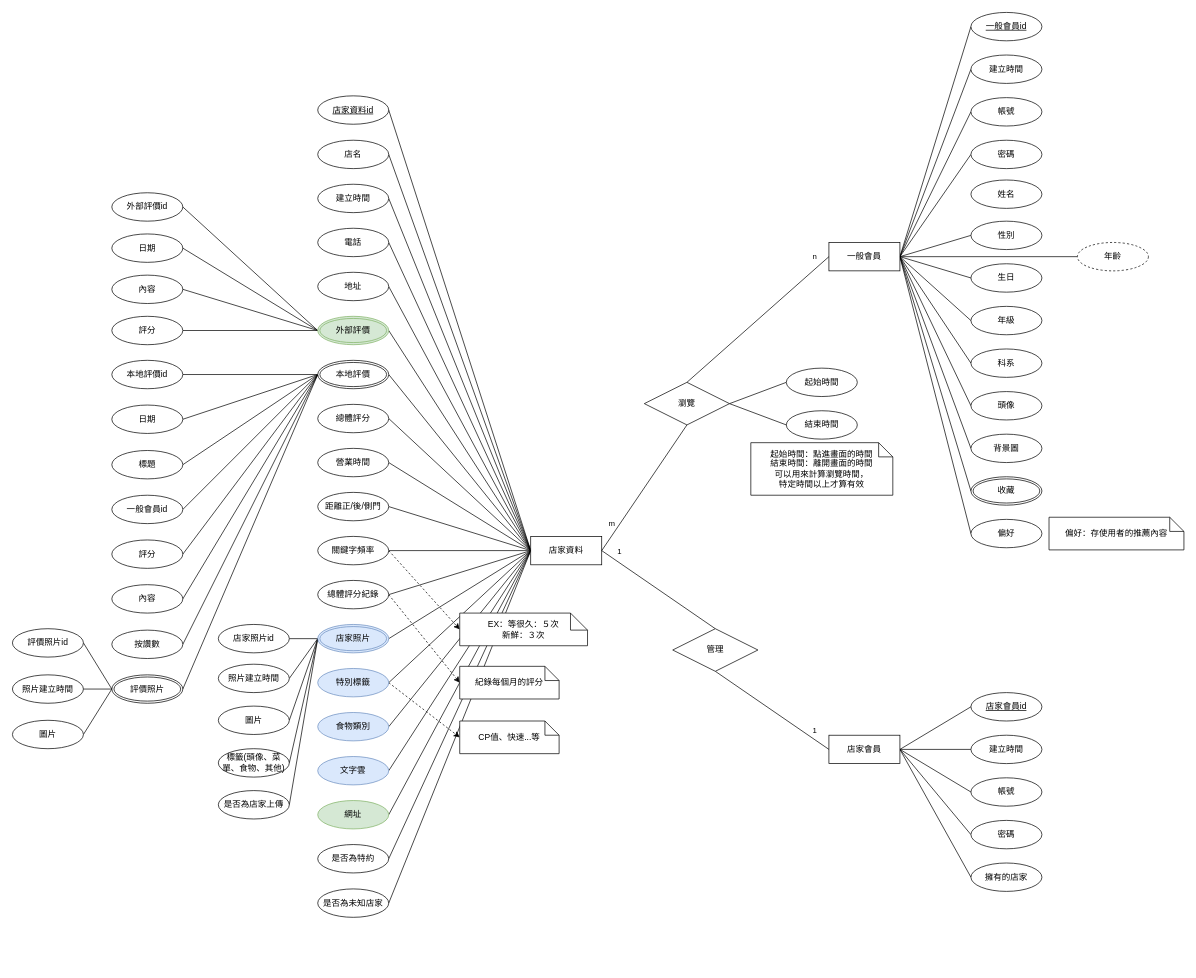
This is 檔案繳交/資料庫/10846043/設計/10846043_ERM.drawio from project-hungry-don-t-care-food/111402, a draw.io file, before an edit. Source tidied: cells renumbered, new cells numbered last; positions are measured from the earlier drawing's top-left corner, leaving out a move shared by most shapes. Both pictures are drawn from the tidied source at 71%, with x=0, y=0 at pixel (12, 12).
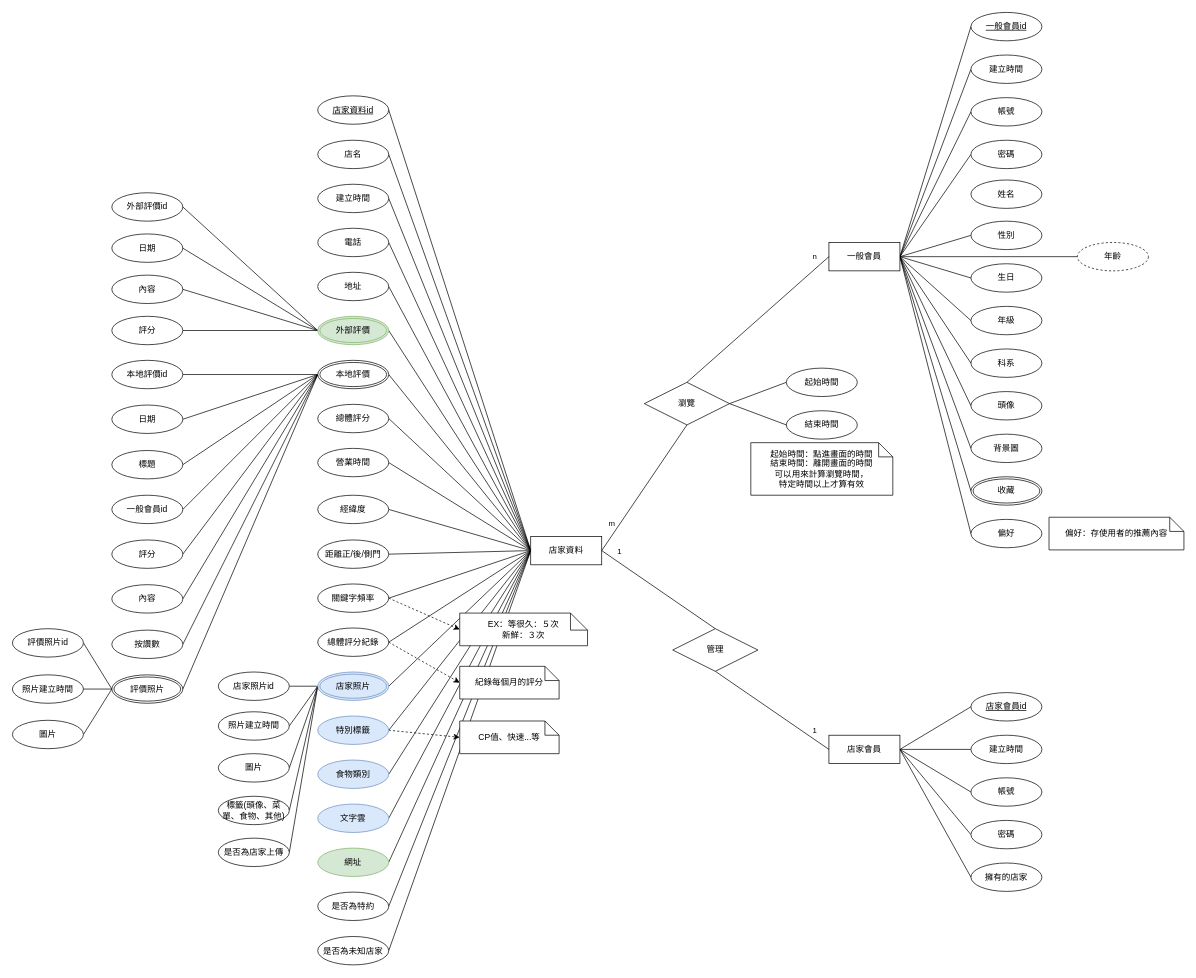
The same diagram, later.

Unchanged cells that the change refers to:
```xml
<mxCell id="19" value="店家資料" style="whiteSpace=wrap;html=1;align=center;" parent="1" vertex="1">
  <mxGeometry x="730" y="738" width="100" height="40" as="geometry" />
</mxCell>
```

The edit, as a diff of the source:
```diff
@@
+    <mxCell id="138" style="rounded=0;jettySize=auto;html=1;exitX=0;exitY=0.5;exitDx=0;exitDy=0;entryX=1;entryY=0.5;entryDx=0;entryDy=0;endArrow=none;endFill=0;" parent="1" edge="1" source="19" target="139">
+      <mxGeometry relative="1" as="geometry" />
+    </mxCell>
@@
     <mxCell id="25" value="是否為特約" style="ellipse;whiteSpace=wrap;html=1;align=center;" parent="1" vertex="1">
-      <mxGeometry x="430" y="1172" width="100" height="40" as="geometry" />
+      <mxGeometry x="430" y="1239" width="100" height="40" as="geometry" />
     </mxCell>
     <mxCell id="26" value="網址" style="ellipse;whiteSpace=wrap;html=1;align=center;fillColor=#d5e8d4;strokeColor=#82b366;" parent="1" vertex="1">
-      <mxGeometry x="430" y="1110" width="100" height="40" as="geometry" />
+      <mxGeometry x="430" y="1177" width="100" height="40" as="geometry" />
     </mxCell>
     <mxCell id="27" value="文字雲" style="ellipse;whiteSpace=wrap;html=1;align=center;fillColor=#dae8fc;strokeColor=#6c8ebf;" parent="1" vertex="1">
-      <mxGeometry x="430" y="1048" width="100" height="40" as="geometry" />
+      <mxGeometry x="430" y="1115" width="100" height="40" as="geometry" />
     </mxCell>
     <mxCell id="28" value="食物類別" style="ellipse;whiteSpace=wrap;html=1;align=center;fillColor=#dae8fc;strokeColor=#6c8ebf;" parent="1" vertex="1">
-      <mxGeometry x="430" y="986" width="100" height="40" as="geometry" />
+      <mxGeometry x="430" y="1053" width="100" height="40" as="geometry" />
     </mxCell>
@@
     <mxCell id="34" value="店家照片" style="ellipse;shape=doubleEllipse;margin=3;whiteSpace=wrap;html=1;align=center;fontFamily=Helvetica;fontSize=12;fillColor=#dae8fc;strokeColor=#6c8ebf;" parent="1" vertex="1">
-      <mxGeometry x="430" y="862" width="100" height="40" as="geometry" />
+      <mxGeometry x="430" y="929" width="100" height="40" as="geometry" />
     </mxCell>
@@
     <mxCell id="80" value="圖片" style="ellipse;whiteSpace=wrap;html=1;align=center;" parent="1" vertex="1">
-      <mxGeometry x="290" y="977" width="100" height="40" as="geometry" />
+      <mxGeometry x="290" y="1044" width="100" height="40" as="geometry" />
     </mxCell>
     <mxCell id="81" value="標籤(頭像、菜單、食物、其他)" style="ellipse;whiteSpace=wrap;html=1;align=center;" parent="1" vertex="1">
-      <mxGeometry x="290" y="1037" width="100" height="40" as="geometry" />
+      <mxGeometry x="290" y="1104" width="100" height="40" as="geometry" />
     </mxCell>
@@
     <mxCell id="83" value="特別標籤" style="ellipse;whiteSpace=wrap;html=1;align=center;fontFamily=Helvetica;fontSize=12;fontColor=default;strokeColor=#6c8ebf;fillColor=#dae8fc;" parent="1" vertex="1">
-      <mxGeometry x="430" y="924" width="100" height="40" as="geometry" />
+      <mxGeometry x="430" y="991" width="100" height="40" as="geometry" />
     </mxCell>
@@
     <mxCell id="87" value="照片建立時間" style="ellipse;whiteSpace=wrap;html=1;align=center;" parent="1" vertex="1">
-      <mxGeometry x="290" y="918" width="100" height="40" as="geometry" />
+      <mxGeometry x="290" y="985" width="100" height="40" as="geometry" />
     </mxCell>
@@
     <mxCell id="106" value="&lt;span style=&quot;text-align: left;&quot;&gt;距離正/後/側門&lt;/span&gt;" style="ellipse;whiteSpace=wrap;html=1;align=center;" parent="1" vertex="1">
-      <mxGeometry x="430" y="676" width="100" height="40" as="geometry" />
+      <mxGeometry x="430" y="743" width="100" height="40" as="geometry" />
     </mxCell>
@@
     <mxCell id="119" value="是否為未知店家" style="ellipse;whiteSpace=wrap;html=1;align=center;" parent="1" vertex="1">
-      <mxGeometry x="430" y="1234.5" width="100" height="40" as="geometry" />
+      <mxGeometry x="430" y="1301.5" width="100" height="40" as="geometry" />
     </mxCell>
     <mxCell id="120" value="是否為店家上傳" style="ellipse;whiteSpace=wrap;html=1;align=center;" parent="1" vertex="1">
-      <mxGeometry x="290" y="1096" width="100" height="40" as="geometry" />
+      <mxGeometry x="290" y="1163" width="100" height="40" as="geometry" />
     </mxCell>
@@
     <mxCell id="126" value="關鍵字頻率" style="ellipse;whiteSpace=wrap;html=1;align=center;fontFamily=Helvetica;fontSize=12;fontColor=default;strokeColor=default;fillColor=default;" parent="1" vertex="1">
-      <mxGeometry x="430" y="738" width="100" height="40" as="geometry" />
+      <mxGeometry x="430" y="805" width="100" height="40" as="geometry" />
     </mxCell>
@@
     <mxCell id="129" value="總體評分紀錄" style="ellipse;whiteSpace=wrap;html=1;align=center;fontFamily=Helvetica;fontSize=12;fontColor=default;strokeColor=default;fillColor=default;" parent="1" vertex="1">
-      <mxGeometry x="430" y="800" width="100" height="40" as="geometry" />
+      <mxGeometry x="430" y="867" width="100" height="40" as="geometry" />
     </mxCell>
@@
     <mxCell id="136" value="店家照片id" style="ellipse;whiteSpace=wrap;html=1;align=center;" parent="1" vertex="1">
-      <mxGeometry x="290" y="862" width="100" height="40" as="geometry" />
+      <mxGeometry x="290" y="929" width="100" height="40" as="geometry" />
     </mxCell>
@@
+    <mxCell id="139" value="經緯度" style="ellipse;whiteSpace=wrap;html=1;align=center;fontStyle=0;verticalAlign=middle;labelBackgroundColor=none;labelBorderColor=none;" parent="1" vertex="1">
+      <mxGeometry x="430" y="680" width="100" height="40" as="geometry" />
+    </mxCell>
```
